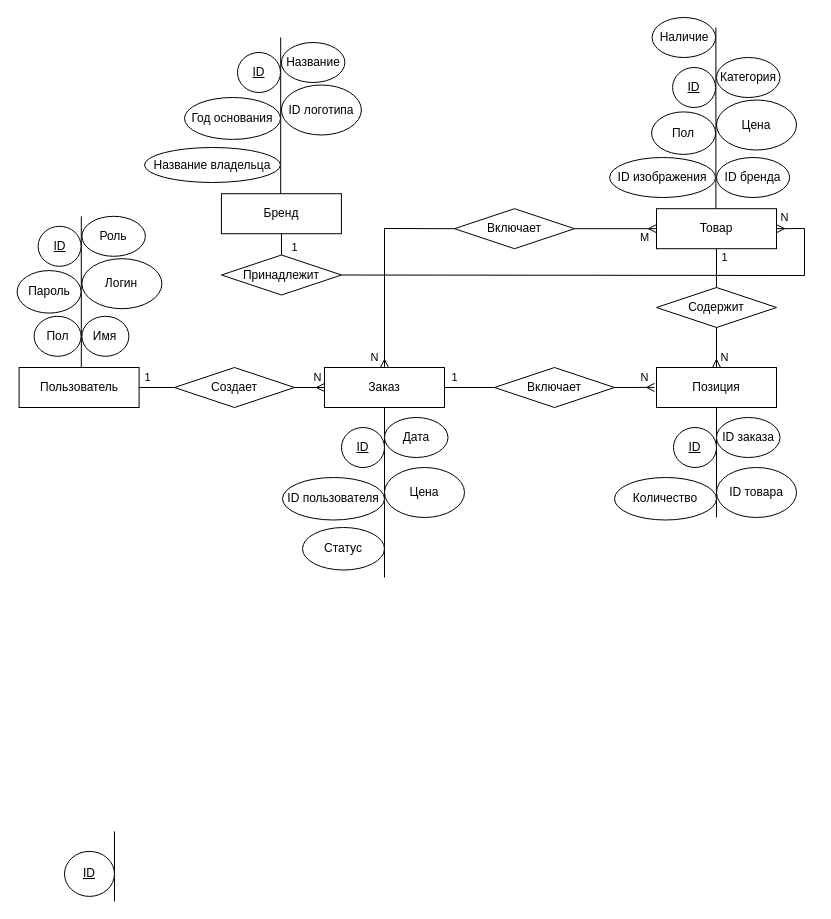
Earlier version of the draw.io diagram docs/inc/img/ER.drawio (ell1jah/db_cp). Source tidied: cells renumbered, new cells numbered last; positions are measured from the earlier drawing's top-left corner, leaving out a move shared by most shapes. Both pictures are drawn from the tidied source at 100%, with x=0, y=0 at pixel (17, 17).
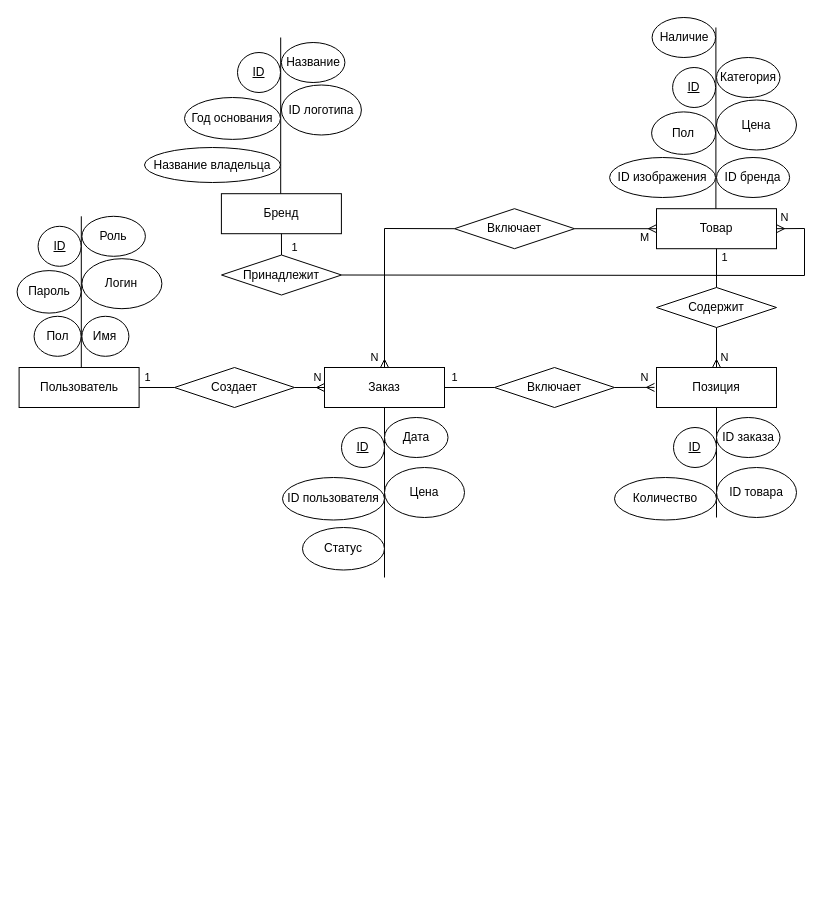
The same diagram, later.

Change to the diagram source:
```diff
@@
-    <mxCell id="11" style="line;strokeWidth=1;dashed=0;labelPosition=right;align=left;verticalAlign=middle;spacingTop=0;spacingLeft=6;direction=south;" parent="1" vertex="1">
-      <mxGeometry x="92" y="813.9" width="10" height="70" as="geometry" />
-    </mxCell>
-    <mxCell id="12" value="ID" style="ellipse;whiteSpace=wrap;html=1;align=center;fontStyle=4;" parent="1" vertex="1">
-      <mxGeometry x="47" y="833.9" width="50" height="45" as="geometry" />
-    </mxCell>
```
